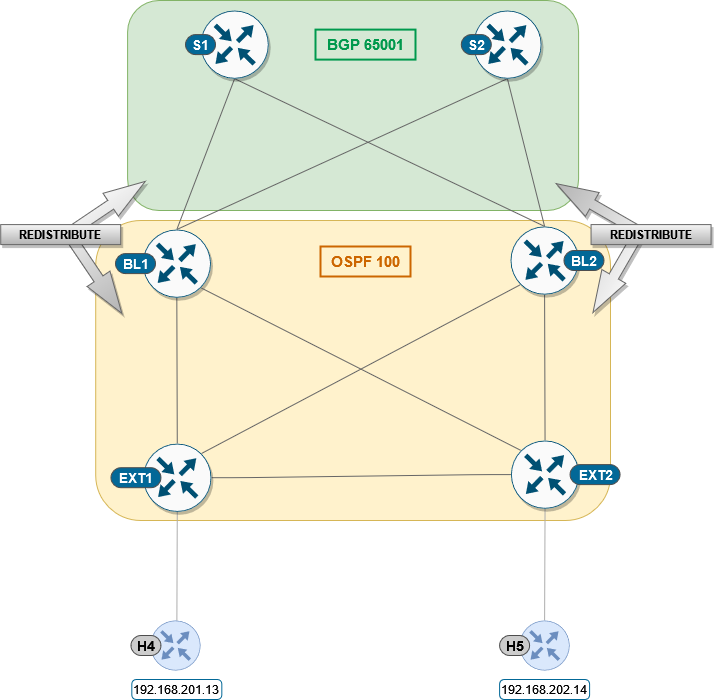
The draw.io diagram docs/source/assets/cfg03_redistribution.png in dvishchu/labent-1497, before a commit. Source tidied: cells renumbered, new cells last; positions are measured from the earlier drawing's top-left corner, leaving out a move shared by most shapes.
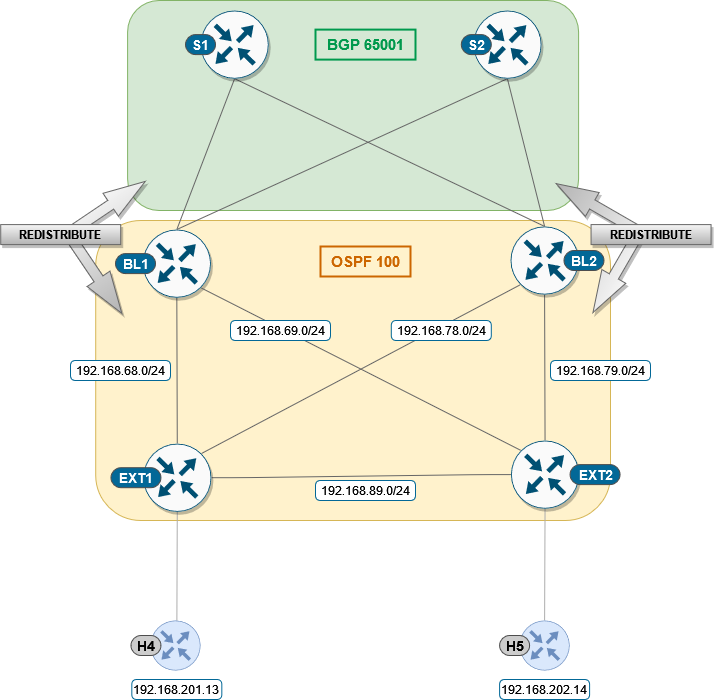
The same diagram one commit later.

Diff of the diagram source:
```diff
@@ -115,5 +115,20 @@
     <mxCell id="38" value="REDISTRIBUTE" style="text;html=1;strokeColor=#666666;fillColor=#f5f5f5;align=center;verticalAlign=middle;whiteSpace=wrap;rounded=0;shadow=1;fontStyle=1;gradientColor=#b3b3b3;" parent="1" vertex="1">
       <mxGeometry x="0.2" y="224.1" width="120" height="20" as="geometry" />
     </mxCell>
+    <mxCell id="39" value="&lt;span style=&quot;font-weight: 400&quot;&gt;192.168.89.0/24&lt;/span&gt;" style="rounded=1;whiteSpace=wrap;html=1;shadow=0;glass=0;labelBackgroundColor=none;strokeWidth=1;fontSize=12;fontStyle=1;arcSize=22;strokeColor=#036897;fillColor=#FFFFFF;" parent="1" vertex="1">
+      <mxGeometry x="315" y="480" width="100" height="20" as="geometry" />
+    </mxCell>
+    <mxCell id="40" value="&lt;span style=&quot;font-weight: 400&quot;&gt;192.168.79.0/24&lt;/span&gt;" style="rounded=1;whiteSpace=wrap;html=1;shadow=0;glass=0;labelBackgroundColor=none;strokeWidth=1;fontSize=12;fontStyle=1;arcSize=22;strokeColor=#036897;fillColor=#FFFFFF;" parent="1" vertex="1">
+      <mxGeometry x="550" y="360" width="100" height="20" as="geometry" />
+    </mxCell>
+    <mxCell id="41" value="&lt;span style=&quot;font-weight: 400&quot;&gt;192.168.68.0/24&lt;/span&gt;" style="rounded=1;whiteSpace=wrap;html=1;shadow=0;glass=0;labelBackgroundColor=none;strokeWidth=1;fontSize=12;fontStyle=1;arcSize=22;strokeColor=#036897;fillColor=#FFFFFF;" parent="1" vertex="1">
+      <mxGeometry x="70" y="360" width="100" height="20" as="geometry" />
+    </mxCell>
+    <mxCell id="42" value="&lt;span style=&quot;font-weight: 400&quot;&gt;192.168.69.0/24&lt;/span&gt;" style="rounded=1;whiteSpace=wrap;html=1;shadow=0;glass=0;labelBackgroundColor=none;strokeWidth=1;fontSize=12;fontStyle=1;arcSize=22;strokeColor=#036897;fillColor=#FFFFFF;" parent="1" vertex="1">
+      <mxGeometry x="230" y="320" width="100" height="20" as="geometry" />
+    </mxCell>
+    <mxCell id="43" value="&lt;span style=&quot;font-weight: 400&quot;&gt;192.168.78.0/24&lt;/span&gt;" style="rounded=1;whiteSpace=wrap;html=1;shadow=0;glass=0;labelBackgroundColor=none;strokeWidth=1;fontSize=12;fontStyle=1;arcSize=22;strokeColor=#036897;fillColor=#FFFFFF;" parent="1" vertex="1">
+      <mxGeometry x="390.8" y="320" width="100" height="20" as="geometry" />
+    </mxCell>
   </root>
 </mxGraphModel>
```
